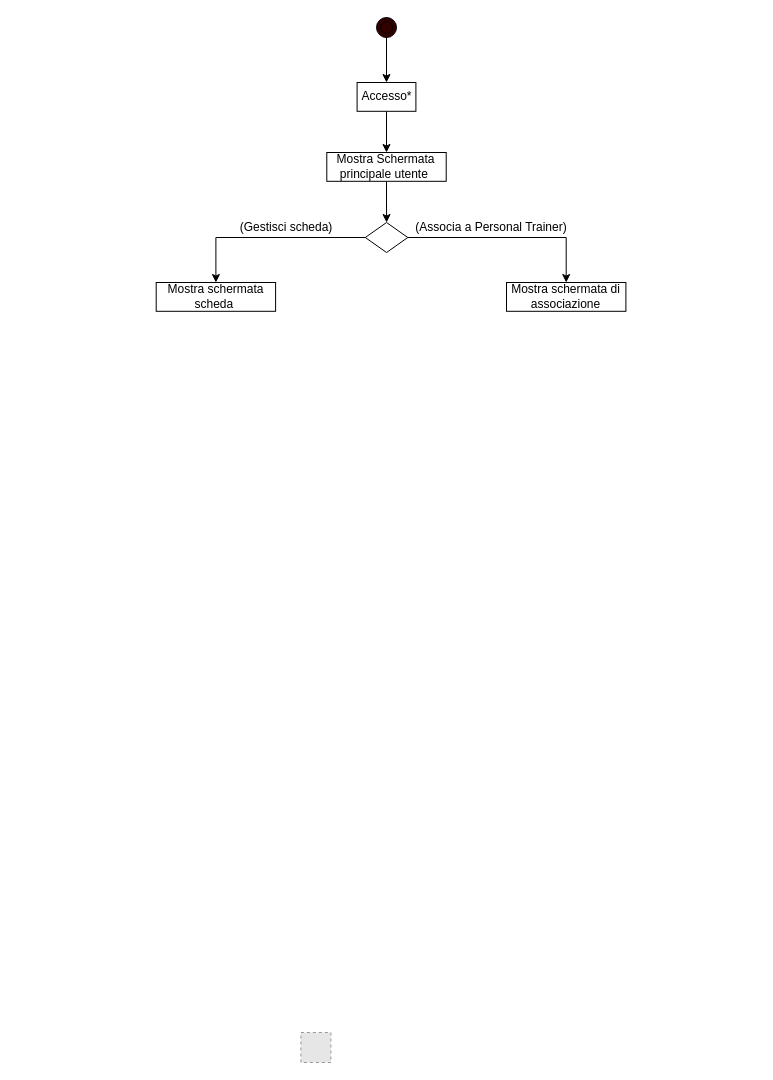
Above: ActivityDiagram/Diagramma senza titolo.drawio in FedericoSib/FitPlan (draw.io), before the change. Source tidied: cells renumbered, new cells numbered last; positions are measured from the earlier drawing's top-left corner, leaving out a move shared by most shapes. Both pictures are drawn from the tidied source at 100%, with x=0, y=0 at pixel (156, 17). Pictures stored in the file or linked from it are replaced by grey dashed boxes.
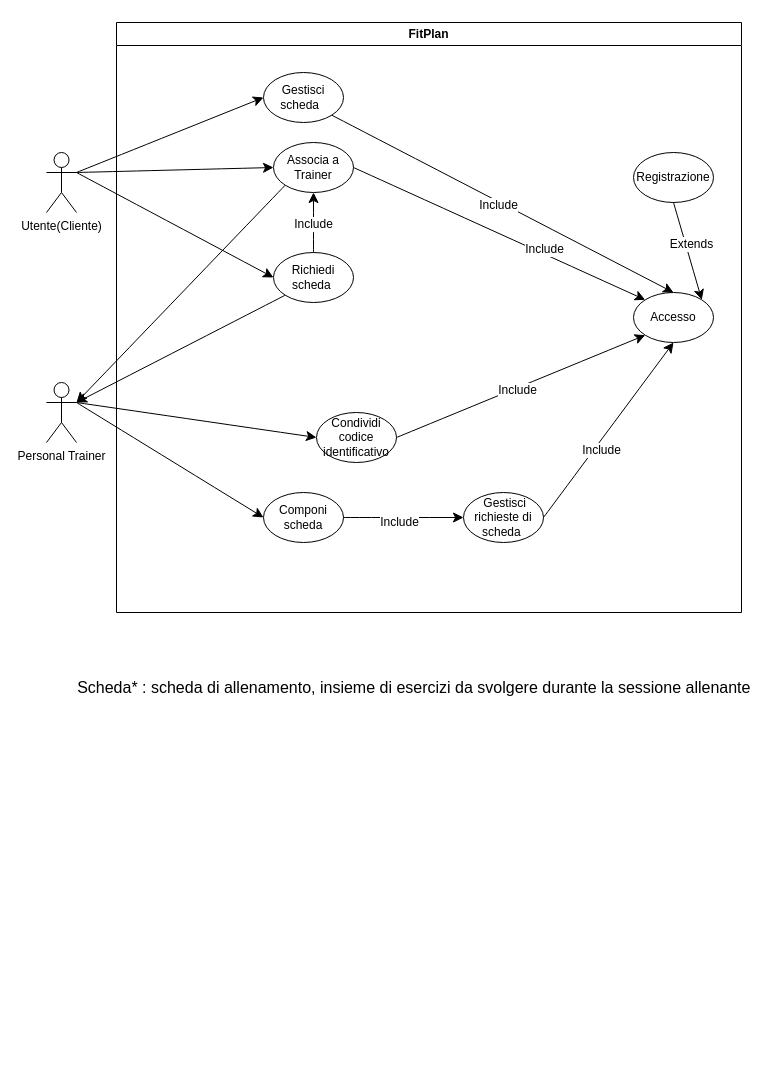
Above is the later version.

Diff of the diagram source:
```diff
@@
-    <mxCell id="2" style="fillColor=#E6E6E6;strokeColor=#999999;dashed=1;html=1;verticalAlign=top;verticalLabelPosition=bottom;labelBackgroundColor=#ffffff;" parent="1" vertex="1">
-      <mxGeometry x="144.4" y="1015" width="30" height="30" as="geometry" />
-    </mxCell>
-    <mxCell id="3" style="edgeStyle=orthogonalEdgeStyle;rounded=0;jettySize=auto;html=1;entryX=0.5;entryY=0;entryDx=0;entryDy=0;" parent="1" edge="1" source="5" target="12">
-      <mxGeometry relative="1" as="geometry">
-        <Array as="points">
-          <mxPoint x="59" y="220" />
-        </Array>
-      </mxGeometry>
-    </mxCell>
-    <mxCell id="4" style="edgeStyle=orthogonalEdgeStyle;rounded=0;jettySize=auto;html=1;entryX=0.5;entryY=0;entryDx=0;entryDy=0;" parent="1" edge="1" source="5" target="14">
-      <mxGeometry relative="1" as="geometry" />
-    </mxCell>
-    <mxCell id="5" style="rhombus;whiteSpace=wrap;html=1;" parent="1" vertex="1">
-      <mxGeometry x="208.8" y="205" width="42.5" height="30" as="geometry" />
-    </mxCell>
-    <mxCell id="6" style="ellipse;shape=doubleEllipse;whiteSpace=wrap;html=1;fillColor=#330000;" parent="1" vertex="1">
-      <mxGeometry x="220" width="20" height="20" as="geometry" />
-    </mxCell>
-    <mxCell id="7" style="endArrow=classic;html=1;rounded=0;" parent="1" edge="1">
-      <mxGeometry relative="1" as="geometry">
-        <mxPoint x="230" y="20" as="sourcePoint" />
-        <mxPoint x="230" y="65" as="targetPoint" />
-      </mxGeometry>
-    </mxCell>
-    <mxCell id="8" style="edgeStyle=orthogonalEdgeStyle;rounded=0;jettySize=auto;html=1;entryX=0.5;entryY=0;entryDx=0;entryDy=0;" parent="1" edge="1" source="9" target="11">
-      <mxGeometry relative="1" as="geometry" />
-    </mxCell>
-    <mxCell id="9" value="Accesso*" style="rounded=0;whiteSpace=wrap;html=1;" parent="1" vertex="1">
-      <mxGeometry x="200.6" y="65" width="58.8" height="28.8" as="geometry" />
-    </mxCell>
-    <mxCell id="10" style="edgeStyle=orthogonalEdgeStyle;rounded=0;jettySize=auto;html=1;" parent="1" edge="1" source="11" target="5">
-      <mxGeometry relative="1" as="geometry" />
-    </mxCell>
-    <mxCell id="11" value="Mostra Schermata principale utente&amp;nbsp;" style="rounded=0;whiteSpace=wrap;html=1;" parent="1" vertex="1">
-      <mxGeometry x="170.3" y="135" width="119.4" height="28.8" as="geometry" />
-    </mxCell>
-    <mxCell id="12" value="Mostra schermata scheda&amp;nbsp;" style="rounded=0;whiteSpace=wrap;html=1;" parent="1" vertex="1">
-      <mxGeometry x="-0.3" y="265" width="119.4" height="28.8" as="geometry" />
-    </mxCell>
-    <mxCell id="13" value="(Gestisci scheda)" style="text;html=1;whiteSpace=wrap;strokeColor=none;fillColor=none;align=center;verticalAlign=middle;rounded=0;" parent="1" vertex="1">
-      <mxGeometry x="70" y="195" width="120" height="30" as="geometry" />
-    </mxCell>
-    <mxCell id="14" value="Mostra schermata di associazione" style="rounded=0;whiteSpace=wrap;html=1;" parent="1" vertex="1">
-      <mxGeometry x="350" y="265" width="119.4" height="28.8" as="geometry" />
-    </mxCell>
-    <mxCell id="15" value="(Associa a Personal Trainer)" style="text;html=1;whiteSpace=wrap;strokeColor=none;fillColor=none;align=center;verticalAlign=middle;rounded=0;" parent="1" vertex="1">
-      <mxGeometry x="240" y="195" width="190" height="30" as="geometry" />
-    </mxCell>
+    <mxCell id="16" value="FitPlan" style="swimlane;whiteSpace=wrap;html=1;" parent="1" vertex="1">
+      <mxGeometry x="-40" y="5" width="625" height="590" as="geometry" />
+    </mxCell>
+    <mxCell id="17" value="Accesso" style="ellipse;whiteSpace=wrap;html=1;" parent="16" vertex="1">
+      <mxGeometry x="517" y="270" width="80" height="50" as="geometry" />
+    </mxCell>
+    <mxCell id="18" value="Gestisci scheda &amp;nbsp;" style="ellipse;whiteSpace=wrap;html=1;" parent="16" vertex="1">
+      <mxGeometry x="147" y="50" width="80" height="50" as="geometry" />
+    </mxCell>
+    <mxCell id="19" value="Condividi codice identificativo" style="ellipse;whiteSpace=wrap;html=1;" parent="16" vertex="1">
+      <mxGeometry x="200" y="390" width="80" height="50" as="geometry" />
+    </mxCell>
+    <mxCell id="20" value="Richiedi scheda&amp;nbsp;" style="ellipse;whiteSpace=wrap;html=1;" parent="16" vertex="1">
+      <mxGeometry x="157" y="230" width="80" height="50" as="geometry" />
+    </mxCell>
+    <mxCell id="21" value="Associa a Trainer" style="ellipse;whiteSpace=wrap;html=1;" parent="16" vertex="1">
+      <mxGeometry x="157" y="120" width="80" height="50" as="geometry" />
+    </mxCell>
+    <mxCell id="22" value="Componi scheda" style="ellipse;whiteSpace=wrap;html=1;" parent="16" vertex="1">
+      <mxGeometry x="147" y="470" width="80" height="50" as="geometry" />
+    </mxCell>
+    <mxCell id="23" value="&amp;nbsp;Gestisci richieste di scheda&amp;nbsp;" style="ellipse;whiteSpace=wrap;html=1;" parent="16" vertex="1">
+      <mxGeometry x="347" y="470" width="80" height="50" as="geometry" />
+    </mxCell>
+    <mxCell id="24" style="edgeStyle=none;jettySize=auto;html=1;rounded=0;fontSize=12;startSize=8;endSize=8;curved=1;entryX=0;entryY=0.5;entryDx=0;entryDy=0;exitX=1;exitY=0.5;exitDx=0;exitDy=0;" parent="16" edge="1" source="22" target="23">
+      <mxGeometry relative="1" as="geometry" />
+    </mxCell>
+    <mxCell id="25" value="Include" style="edgeLabel;html=1;align=center;verticalAlign=middle;fontSize=12;" parent="24" vertex="1">
+      <mxGeometry x="-0.07" y="-4" relative="1" as="geometry">
+        <mxPoint x="-1" as="offset" />
+      </mxGeometry>
+    </mxCell>
+    <mxCell id="26" style="edgeStyle=none;jettySize=auto;html=1;rounded=0;fontSize=12;startSize=8;endSize=8;curved=1;exitX=1;exitY=0.5;exitDx=0;exitDy=0;entryX=0;entryY=1;entryDx=0;entryDy=0;" parent="16" edge="1" source="19" target="17">
+      <mxGeometry relative="1" as="geometry" />
+    </mxCell>
+    <mxCell id="27" value="Include" style="edgeLabel;html=1;align=center;verticalAlign=middle;fontSize=12;" parent="26" vertex="1">
+      <mxGeometry x="-0.03" y="-2" relative="1" as="geometry" />
+    </mxCell>
+    <mxCell id="28" style="edgeStyle=none;jettySize=auto;html=1;rounded=0;fontSize=12;startSize=8;endSize=8;curved=1;exitX=1;exitY=0.5;exitDx=0;exitDy=0;entryX=0.5;entryY=1;entryDx=0;entryDy=0;" parent="16" edge="1" source="23" target="17">
+      <mxGeometry relative="1" as="geometry" />
+    </mxCell>
+    <mxCell id="29" value="Include" style="edgeLabel;html=1;align=center;verticalAlign=middle;fontSize=12;" parent="28" vertex="1">
+      <mxGeometry x="-0.19" y="-6" relative="1" as="geometry" />
+    </mxCell>
+    <mxCell id="30" style="edgeStyle=none;jettySize=auto;html=1;rounded=0;fontSize=12;startSize=8;endSize=8;curved=1;entryX=0.5;entryY=1;entryDx=0;entryDy=0;exitX=0.5;exitY=0;exitDx=0;exitDy=0;" parent="16" edge="1" source="20" target="21">
+      <mxGeometry relative="1" as="geometry" />
+    </mxCell>
+    <mxCell id="31" value="Include" style="edgeLabel;html=1;align=center;verticalAlign=middle;fontSize=12;" parent="30" vertex="1">
+      <mxGeometry x="-0.03" y="1" relative="1" as="geometry" />
+    </mxCell>
+    <mxCell id="32" style="edgeStyle=none;jettySize=auto;html=1;rounded=0;fontSize=12;startSize=8;endSize=8;curved=1;exitX=1;exitY=0.5;exitDx=0;exitDy=0;entryX=0;entryY=0;entryDx=0;entryDy=0;" parent="16" edge="1" source="21" target="17">
+      <mxGeometry relative="1" as="geometry" />
+    </mxCell>
+    <mxCell id="33" value="Include" style="edgeLabel;html=1;align=center;verticalAlign=middle;fontSize=12;" parent="32" vertex="1">
+      <mxGeometry x="0.29" y="4" relative="1" as="geometry" />
+    </mxCell>
+    <mxCell id="34" style="edgeStyle=none;jettySize=auto;html=1;rounded=0;fontSize=12;startSize=8;endSize=8;curved=1;exitX=1;exitY=1;exitDx=0;exitDy=0;entryX=0.5;entryY=0;entryDx=0;entryDy=0;" parent="16" edge="1" source="18" target="17">
+      <mxGeometry relative="1" as="geometry" />
+    </mxCell>
+    <mxCell id="35" value="Include" style="edgeLabel;html=1;align=center;verticalAlign=middle;fontSize=12;" parent="34" vertex="1">
+      <mxGeometry x="-0.02" y="-4" relative="1" as="geometry">
+        <mxPoint y="-1" as="offset" />
+      </mxGeometry>
+    </mxCell>
+    <mxCell id="36" value="Registrazione" style="ellipse;whiteSpace=wrap;html=1;" parent="16" vertex="1">
+      <mxGeometry x="517" y="130" width="80" height="50" as="geometry" />
+    </mxCell>
+    <mxCell id="37" style="edgeStyle=none;jettySize=auto;html=1;rounded=0;fontSize=12;startSize=8;endSize=8;curved=1;entryX=1;entryY=0;entryDx=0;entryDy=0;exitX=0.5;exitY=1;exitDx=0;exitDy=0;" parent="16" edge="1" source="36" target="17">
+      <mxGeometry relative="1" as="geometry" />
+    </mxCell>
+    <mxCell id="38" value="Extends" style="edgeLabel;html=1;align=center;verticalAlign=middle;fontSize=12;" parent="37" vertex="1">
+      <mxGeometry x="-0.12" y="5" relative="1" as="geometry" />
+    </mxCell>
+    <mxCell id="39" value="Utente(Cliente)" style="shape=umlActor;verticalLabelPosition=bottom;verticalAlign=top;html=1;outlineConnect=0;" parent="1" vertex="1">
+      <mxGeometry x="-110" y="135" width="30" height="60" as="geometry" />
+    </mxCell>
+    <mxCell id="40" value="Personal Trainer" style="shape=umlActor;verticalLabelPosition=bottom;verticalAlign=top;html=1;outlineConnect=0;" parent="1" vertex="1">
+      <mxGeometry x="-110" y="365" width="30" height="60" as="geometry" />
+    </mxCell>
+    <mxCell id="41" style="edgeStyle=none;jettySize=auto;html=1;rounded=0;fontSize=12;startSize=8;endSize=8;curved=1;exitX=1;exitY=0.3333333333333333;exitDx=0;exitDy=0;exitPerimeter=0;entryX=0;entryY=0.5;entryDx=0;entryDy=0;" parent="1" edge="1" source="39" target="21">
+      <mxGeometry relative="1" as="geometry" />
+    </mxCell>
+    <mxCell id="42" style="edgeStyle=none;jettySize=auto;html=1;rounded=0;fontSize=12;startSize=8;endSize=8;curved=1;entryX=0;entryY=0.5;entryDx=0;entryDy=0;" parent="1" edge="1" target="18">
+      <mxGeometry relative="1" as="geometry">
+        <mxPoint x="-80" y="155" as="sourcePoint" />
+      </mxGeometry>
+    </mxCell>
+    <mxCell id="43" style="edgeStyle=none;jettySize=auto;html=1;rounded=0;fontSize=12;startSize=8;endSize=8;curved=1;exitX=1;exitY=0.3333333333333333;exitDx=0;exitDy=0;exitPerimeter=0;entryX=0;entryY=0.5;entryDx=0;entryDy=0;" parent="1" edge="1" source="40" target="19">
+      <mxGeometry relative="1" as="geometry" />
+    </mxCell>
+    <mxCell id="44" style="edgeStyle=none;jettySize=auto;html=1;rounded=0;fontSize=12;startSize=8;endSize=8;curved=1;entryX=0;entryY=0.5;entryDx=0;entryDy=0;" parent="1" edge="1" target="22">
+      <mxGeometry relative="1" as="geometry">
+        <mxPoint x="-80" y="385" as="sourcePoint" />
+      </mxGeometry>
+    </mxCell>
+    <mxCell id="45" style="edgeStyle=none;jettySize=auto;html=1;rounded=0;fontSize=12;startSize=8;endSize=8;curved=1;entryX=0;entryY=0.5;entryDx=0;entryDy=0;" parent="1" edge="1" target="20">
+      <mxGeometry relative="1" as="geometry">
+        <mxPoint x="-80" y="155" as="sourcePoint" />
+      </mxGeometry>
+    </mxCell>
+    <mxCell id="46" style="edgeStyle=none;jettySize=auto;html=1;rounded=0;fontSize=12;startSize=8;endSize=8;curved=1;exitX=0;exitY=1;exitDx=0;exitDy=0;" parent="1" edge="1" source="20">
+      <mxGeometry relative="1" as="geometry">
+        <mxPoint x="-80" y="385" as="targetPoint" />
+      </mxGeometry>
+    </mxCell>
+    <mxCell id="47" style="edgeStyle=none;jettySize=auto;html=1;rounded=0;fontSize=12;startSize=8;endSize=8;curved=1;exitX=0;exitY=1;exitDx=0;exitDy=0;" parent="1" edge="1" source="21">
+      <mxGeometry relative="1" as="geometry">
+        <mxPoint x="-80" y="385" as="targetPoint" />
+      </mxGeometry>
+    </mxCell>
+    <mxCell id="48" value="Scheda* : scheda di allenamento, insieme di esercizi da svolgere durante la sessione allenante&amp;nbsp;" style="text;html=1;whiteSpace=wrap;strokeColor=none;fillColor=none;align=center;verticalAlign=middle;rounded=0;fontSize=16;" parent="1" vertex="1">
+      <mxGeometry x="-80" y="655" width="680" height="30" as="geometry" />
+    </mxCell>
```
